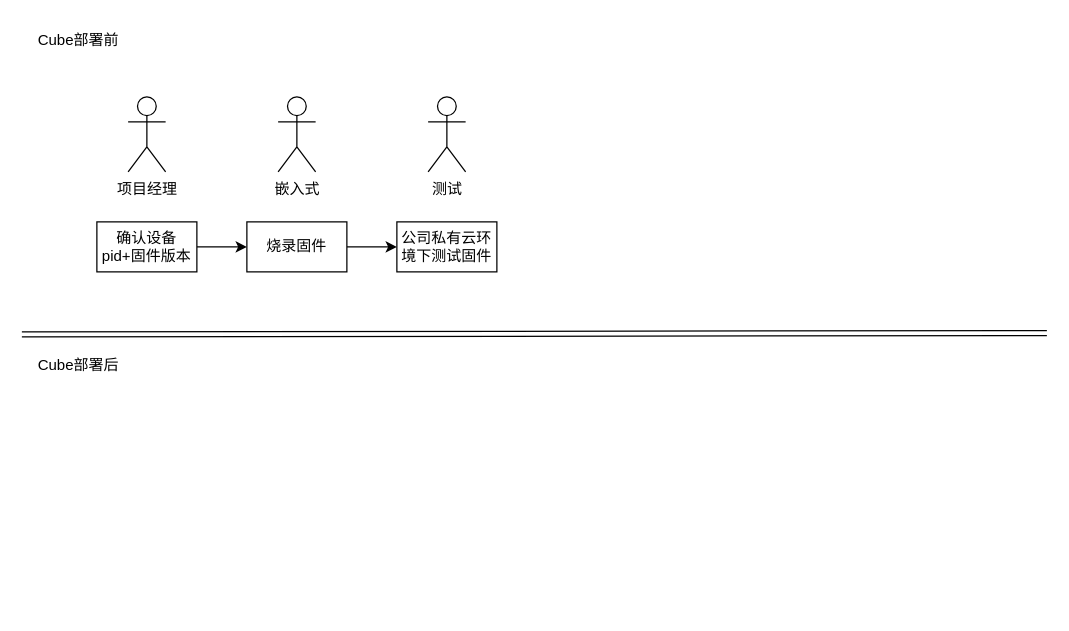
Before: page "出货流程" (4 of 4) of Cube_workflow.drawio in Sidamor/drawio, a draw.io diagram. Source tidied: cells renumbered, new cells numbered last; positions are measured from the earlier drawing's top-left corner, leaving out a move shared by most shapes. Both pictures are drawn from the tidied source at 125%, with x=0, y=0 at pixel (21, 21).
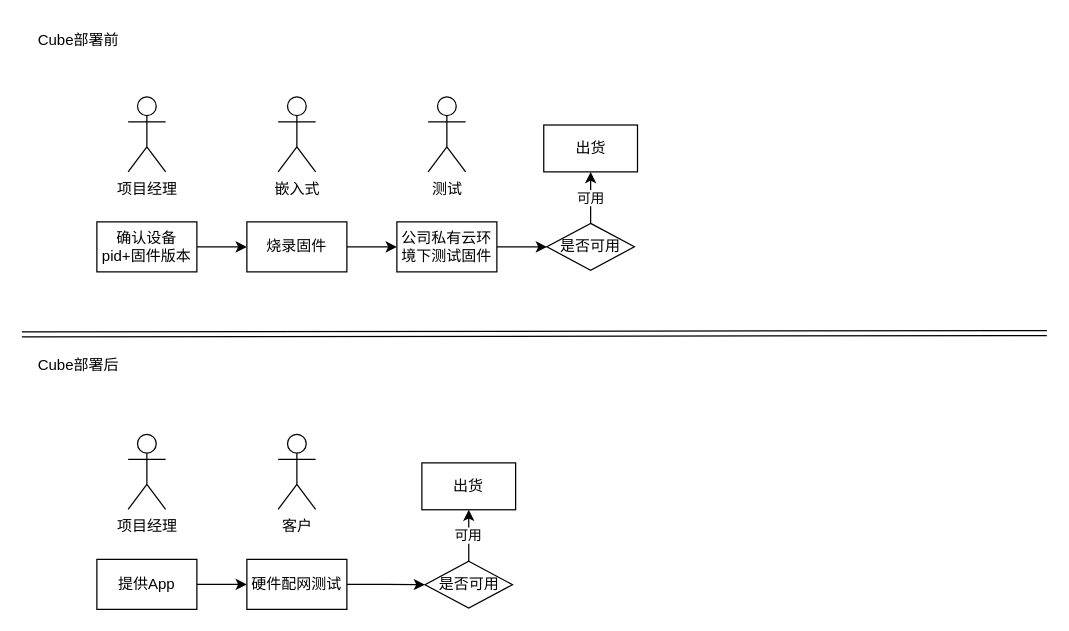
Above is the later version.

Unchanged cells that the change refers to:
```xml
<mxCell id="9" value="公司私有云环境下测试固件" style="rounded=0;whiteSpace=wrap;html=1;" parent="1" vertex="1">
  <mxGeometry x="300" y="160" width="80" height="40" as="geometry" />
</mxCell>
```

Diff of the diagram source:
```diff
@@
+    <mxCell id="13" style="edgeStyle=orthogonalEdgeStyle;rounded=0;jettySize=auto;html=1;" parent="1" edge="1" source="9" target="16">
+      <mxGeometry relative="1" as="geometry" />
+    </mxCell>
@@
+    <mxCell id="14" style="edgeStyle=orthogonalEdgeStyle;rounded=0;jettySize=auto;html=1;" parent="1" edge="1" source="16" target="17">
+      <mxGeometry relative="1" as="geometry" />
+    </mxCell>
+    <mxCell id="15" value="可用" style="edgeLabel;html=1;align=center;verticalAlign=middle;" parent="14" vertex="1">
+      <mxGeometry y="1" relative="1" as="geometry" />
+    </mxCell>
+    <mxCell id="16" value="是否可用" style="rhombus;whiteSpace=wrap;html=1;rounded=0;" parent="1" vertex="1">
+      <mxGeometry x="420" y="161.2" width="70" height="37.5" as="geometry" />
+    </mxCell>
+    <mxCell id="17" value="出货" style="whiteSpace=wrap;html=1;rounded=0;" parent="1" vertex="1">
+      <mxGeometry x="417.5" y="82.5" width="75" height="37.5" as="geometry" />
+    </mxCell>
+    <mxCell id="18" style="edgeStyle=orthogonalEdgeStyle;rounded=0;jettySize=auto;html=1;" parent="1" edge="1" source="19" target="21">
+      <mxGeometry relative="1" as="geometry" />
+    </mxCell>
+    <mxCell id="19" value="提供App" style="rounded=0;whiteSpace=wrap;html=1;" parent="1" vertex="1">
+      <mxGeometry x="60" y="430" width="80" height="40" as="geometry" />
+    </mxCell>
+    <mxCell id="20" style="edgeStyle=orthogonalEdgeStyle;rounded=0;jettySize=auto;html=1;entryX=0;entryY=0.5;entryDx=0;entryDy=0;" parent="1" edge="1" source="21" target="26">
+      <mxGeometry relative="1" as="geometry" />
+    </mxCell>
+    <mxCell id="21" value="硬件配网测试" style="rounded=0;whiteSpace=wrap;html=1;" parent="1" vertex="1">
+      <mxGeometry x="180" y="430" width="80" height="40" as="geometry" />
+    </mxCell>
+    <mxCell id="22" value="项目经理" style="shape=umlActor;verticalLabelPosition=bottom;verticalAlign=top;html=1;" parent="1" vertex="1">
+      <mxGeometry x="85" y="330" width="30" height="60" as="geometry" />
+    </mxCell>
+    <mxCell id="23" value="客户" style="shape=umlActor;verticalLabelPosition=bottom;verticalAlign=top;html=1;" parent="1" vertex="1">
+      <mxGeometry x="205" y="330" width="30" height="60" as="geometry" />
+    </mxCell>
+    <mxCell id="24" style="edgeStyle=orthogonalEdgeStyle;rounded=0;jettySize=auto;html=1;" parent="1" edge="1" source="26" target="27">
+      <mxGeometry relative="1" as="geometry" />
+    </mxCell>
+    <mxCell id="25" value="可用" style="edgeLabel;html=1;align=center;verticalAlign=middle;" parent="24" vertex="1">
+      <mxGeometry y="1" relative="1" as="geometry" />
+    </mxCell>
+    <mxCell id="26" value="是否可用" style="rhombus;whiteSpace=wrap;html=1;rounded=0;" parent="1" vertex="1">
+      <mxGeometry x="322.5" y="431.5" width="70" height="37.5" as="geometry" />
+    </mxCell>
+    <mxCell id="27" value="出货" style="whiteSpace=wrap;html=1;rounded=0;" parent="1" vertex="1">
+      <mxGeometry x="320" y="352.8" width="75" height="37.5" as="geometry" />
+    </mxCell>
```
